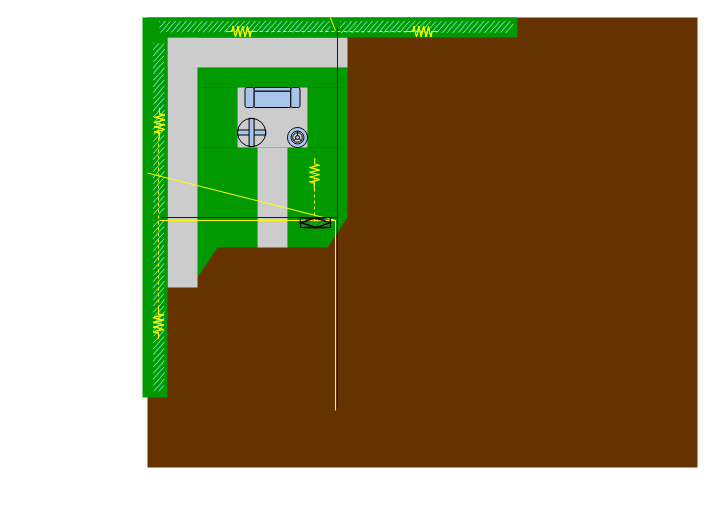
Before: Untitled Diagram.drawio in MKlimuszka/Smart_Home, a draw.io diagram. Source tidied: cells renumbered, new cells numbered last; positions are measured from the earlier drawing's top-left corner, leaving out a move shared by most shapes. Both pictures are drawn from the tidied source at 100%, with x=0, y=0 at pixel (142, 17).
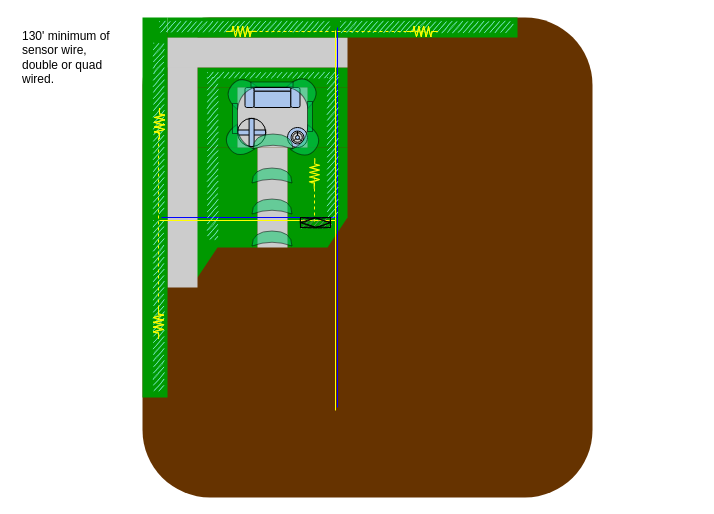
Above is the later version.

The edit, as a diff of the source:
```diff
@@
-    <mxCell id="2" style="rounded=0;whiteSpace=wrap;html=1;shadow=0;glass=0;sketch=0;strokeColor=none;fillColor=#663300;" parent="1" vertex="1">
-      <mxGeometry x="5" width="550" height="450" as="geometry" />
-    </mxCell>
+    <mxCell id="46" style="rounded=1;whiteSpace=wrap;html=1;shadow=0;glass=0;sketch=0;strokeColor=none;fillColor=#663300;" parent="1" vertex="1">
+      <mxGeometry width="450" height="480" as="geometry" />
+    </mxCell>
@@
+    <mxCell id="47" style="rounded=0;whiteSpace=wrap;html=1;shadow=0;glass=0;sketch=1;fillColor=#99FFFF;strokeColor=none;" parent="23" vertex="1">
+      <mxGeometry x="65" y="55" width="130" height="5" as="geometry" />
+    </mxCell>
+    <mxCell id="48" style="rounded=0;whiteSpace=wrap;html=1;shadow=0;glass=0;sketch=1;fillColor=#99FFFF;strokeColor=none;" parent="23" vertex="1">
+      <mxGeometry x="65" y="60" width="10" height="160" as="geometry" />
+    </mxCell>
+    <mxCell id="49" style="rounded=0;whiteSpace=wrap;html=1;shadow=0;glass=0;sketch=1;fillColor=#99FFFF;strokeColor=none;" parent="23" vertex="1">
+      <mxGeometry x="185" y="60" width="10" height="140" as="geometry" />
+    </mxCell>
@@
-    <mxCell id="32" style="endArrow=none;html=1;rounded=0;strokeColor=#FFFF00;startArrow=none;" parent="31" edge="1">
+    <mxCell id="32" style="endArrow=none;html=1;rounded=0;strokeColor=#FFFF00;" parent="31" edge="1">
       <mxGeometry relative="1" as="geometry">
-        <mxPoint x="187.7" as="sourcePoint" />
+        <mxPoint x="193" y="203" as="sourcePoint" />
         <mxPoint x="193" y="13" as="targetPoint" />
       </mxGeometry>
     </mxCell>
@@
-    <mxCell id="43" style="endArrow=none;html=1;rounded=0;strokeColor=#FFFF00;" parent="31" edge="1">
-      <mxGeometry relative="1" as="geometry">
-        <mxPoint x="193" y="203" as="sourcePoint" />
-        <mxPoint x="5" y="155.5" as="targetPoint" />
-      </mxGeometry>
-    </mxCell>
@@
+    <mxCell id="50" parent="0" />
+    <mxCell id="51" style="shape=xor;whiteSpace=wrap;html=1;shadow=0;glass=0;sketch=0;strokeColor=#000000;fillColor=#00CC66;rotation=-90;opacity=50;" parent="50" vertex="1">
+      <mxGeometry x="122" y="201" width="15" height="40" as="geometry" />
+    </mxCell>
+    <mxCell id="52" style="shape=xor;whiteSpace=wrap;html=1;shadow=0;glass=0;sketch=0;strokeColor=#000000;fillColor=#00CC66;rotation=-90;opacity=50;" parent="50" vertex="1">
+      <mxGeometry x="122" y="169" width="15" height="40" as="geometry" />
+    </mxCell>
+    <mxCell id="53" style="shape=xor;whiteSpace=wrap;html=1;shadow=0;glass=0;sketch=0;strokeColor=#000000;fillColor=#00CC66;rotation=-90;opacity=50;" parent="50" vertex="1">
+      <mxGeometry x="122" y="138" width="15" height="40" as="geometry" />
+    </mxCell>
+    <mxCell id="54" style="shape=xor;whiteSpace=wrap;html=1;shadow=0;glass=0;sketch=0;strokeColor=#000000;fillColor=#00CC66;rotation=-90;opacity=50;" parent="50" vertex="1">
+      <mxGeometry x="123" y="104" width="15" height="40" as="geometry" />
+    </mxCell>
+    <mxCell id="55" style="shape=xor;whiteSpace=wrap;html=1;shadow=0;glass=0;sketch=0;strokeColor=#000000;fillColor=#00CC66;rotation=35;opacity=50;" parent="50" vertex="1">
+      <mxGeometry x="155" y="110.5" width="20" height="30" as="geometry" />
+    </mxCell>
+    <mxCell id="56" style="shape=xor;whiteSpace=wrap;html=1;shadow=0;glass=0;sketch=0;strokeColor=#000000;fillColor=#00CC66;rotation=-45;opacity=50;" parent="50" vertex="1">
+      <mxGeometry x="152" y="58" width="20" height="30" as="geometry" />
+    </mxCell>
+    <mxCell id="57" style="shape=xor;whiteSpace=wrap;html=1;shadow=0;glass=0;sketch=0;strokeColor=#000000;fillColor=#00CC66;rotation=-140;opacity=50;" parent="50" vertex="1">
+      <mxGeometry x="87" y="59" width="20" height="30" as="geometry" />
+    </mxCell>
+    <mxCell id="58" style="shape=xor;whiteSpace=wrap;html=1;shadow=0;glass=0;sketch=0;strokeColor=#000000;fillColor=#00CC66;rotation=-215;opacity=50;" parent="50" vertex="1">
+      <mxGeometry x="85" y="110" width="20" height="30" as="geometry" />
+    </mxCell>
+    <mxCell id="59" style="rounded=0;whiteSpace=wrap;html=1;shadow=0;glass=0;sketch=0;strokeColor=#000000;fillColor=#00CC66;opacity=50;" parent="50" vertex="1">
+      <mxGeometry x="90" y="86" width="5" height="30" as="geometry" />
+    </mxCell>
+    <mxCell id="60" style="rounded=0;whiteSpace=wrap;html=1;shadow=0;glass=0;sketch=0;strokeColor=#000000;fillColor=#00CC66;opacity=50;" parent="50" vertex="1">
+      <mxGeometry x="165" y="84" width="5" height="30" as="geometry" />
+    </mxCell>
+    <mxCell id="61" style="rounded=0;whiteSpace=wrap;html=1;shadow=0;glass=0;sketch=0;strokeColor=#000000;fillColor=#00CC66;opacity=50;rotation=90;" parent="50" vertex="1">
+      <mxGeometry x="127" y="46" width="5" height="42" as="geometry" />
+    </mxCell>
+    <mxCell id="62" value="&lt;p&gt;130' minimum of sensor wire, double or quad wired.&amp;nbsp;&lt;/p&gt;" style="text;html=1;strokeColor=none;fillColor=none;spacing=5;spacingTop=-20;whiteSpace=wrap;overflow=hidden;rounded=0;shadow=0;glass=0;sketch=0;opacity=50;" parent="50" vertex="1">
+      <mxGeometry x="-125" y="10" width="100" height="200" as="geometry" />
+    </mxCell>
```
